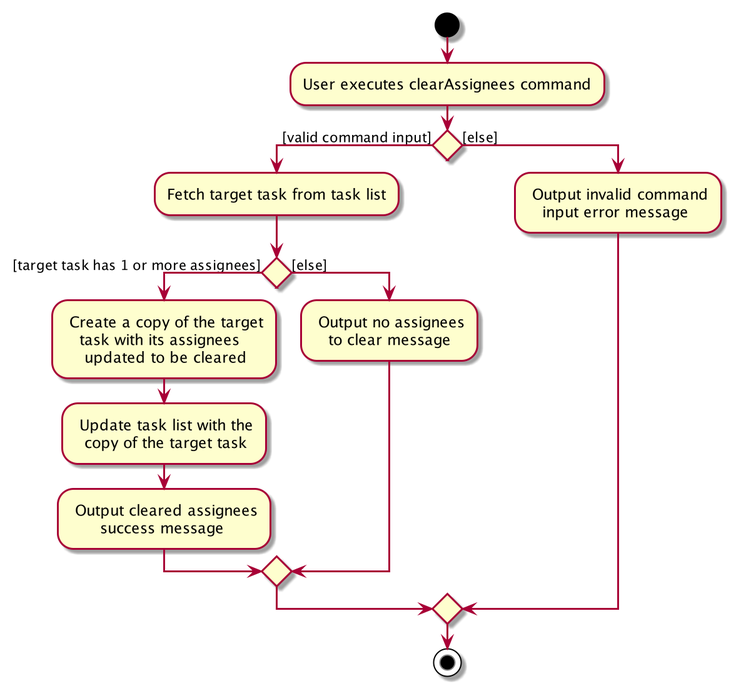
This is docs/images/ClearAssigneesActivityDiagram.png from nus-cs2103-AY2021S2/tp, a PlantUML export, as it was before one commit.
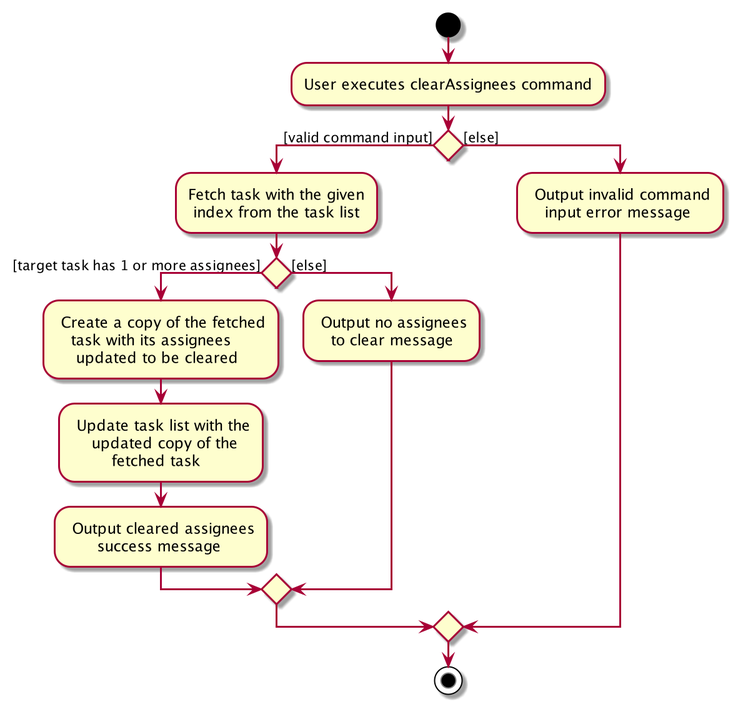
The same diagram one commit later.

Change to the diagram source:
```diff
@@ -3,13 +3,15 @@
 :User executes clearAssignees command;
 
 if () then ([valid command input])
-    :Fetch target task from task list;
+    :Fetch task with the given
+     index from the task list;
         if () then ([target task has 1 or more assignees])
-            : Create a copy of the target
+            : Create a copy of the fetched
                task with its assignees
                 updated to be cleared;
             : Update task list with the
-              copy of the target task;
+                updated copy of the
+                    fetched task;
             : Output cleared assignees
                   success message;
         else([else])
```
